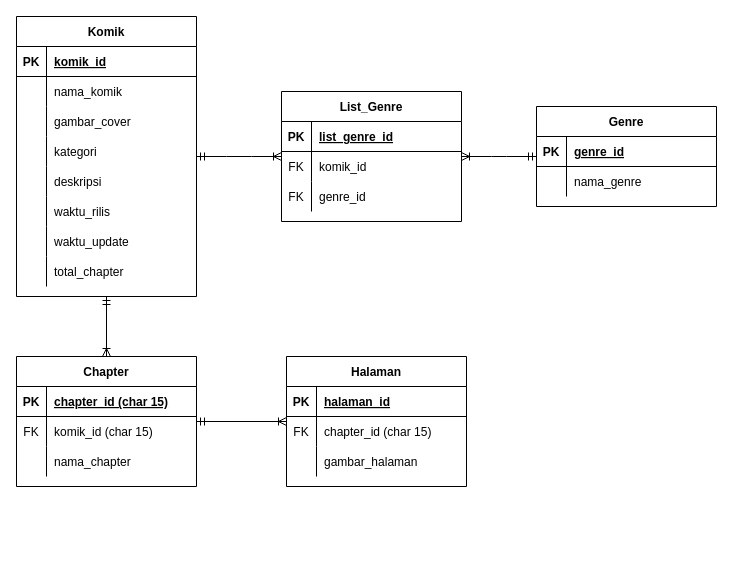
Aryanda04/web_komik keeps this draw.io diagram as page "Database" (2 of 2) of flow web.drawio. Above is the earlier version. Source tidied: cells renumbered, new cells numbered last; positions are measured from the earlier drawing's top-left corner, leaving out a move shared by most shapes. Both pictures are drawn from the tidied source at 100%, with x=0, y=0 at pixel (16, 16).
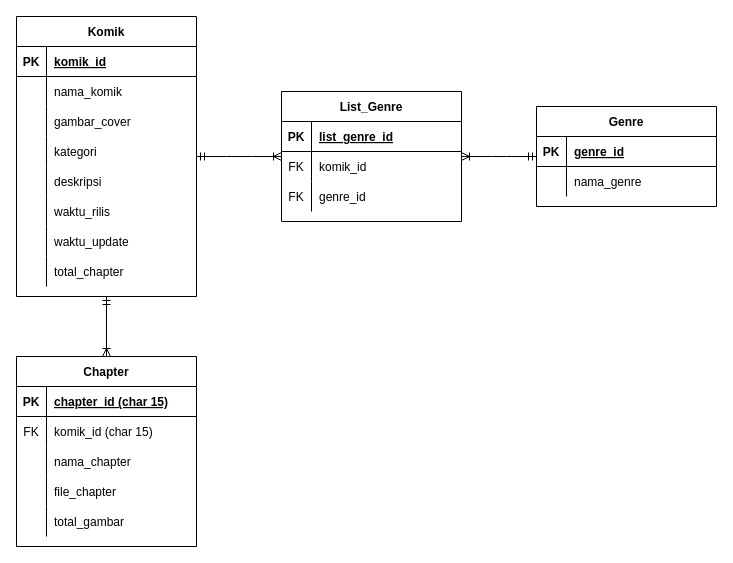
The same page after the edit.

Change to the diagram source:
```diff
@@
     <mxCell id="46" value="Chapter" style="shape=table;startSize=30;childLayout=tableLayout;rowLines=0;fontStyle=1;align=center;" parent="1" vertex="1">
-      <mxGeometry y="340" width="180" height="130" as="geometry" />
+      <mxGeometry y="340" width="180" height="190" as="geometry" />
     </mxCell>
@@
-    <mxCell id="56" value="Halaman" style="shape=table;startSize=30;childLayout=tableLayout;rowLines=0;fontStyle=1;align=center;" parent="1" vertex="1">
-      <mxGeometry x="270" y="340" width="180" height="130" as="geometry" />
-    </mxCell>
-    <mxCell id="57" style="shape=partialRectangle;fillColor=none;top=0;left=0;bottom=1;right=0;" parent="56" vertex="1">
-      <mxGeometry y="30" width="180" height="30" as="geometry" />
-    </mxCell>
-    <mxCell id="58" value="PK" style="shape=partialRectangle;fillColor=none;top=0;left=0;bottom=0;right=0;fontStyle=1;overflow=hidden;" parent="57" vertex="1">
-      <mxGeometry width="30" height="30" as="geometry" />
-    </mxCell>
-    <mxCell id="59" value="halaman_id" style="shape=partialRectangle;fillColor=none;top=0;left=0;bottom=0;right=0;align=left;spacingLeft=6;fontStyle=5;overflow=hidden;" parent="57" vertex="1">
-      <mxGeometry x="30" width="150" height="30" as="geometry" />
-    </mxCell>
-    <mxCell id="60" style="shape=partialRectangle;fillColor=none;top=0;left=0;bottom=0;right=0;" parent="56" vertex="1">
-      <mxGeometry y="60" width="180" height="30" as="geometry" />
-    </mxCell>
-    <mxCell id="61" value="FK" style="shape=partialRectangle;fillColor=none;top=0;left=0;bottom=0;right=0;overflow=hidden;" parent="60" vertex="1">
-      <mxGeometry width="30" height="30" as="geometry" />
-    </mxCell>
-    <mxCell id="62" value="chapter_id (char 15)" style="shape=partialRectangle;fillColor=none;top=0;left=0;bottom=0;right=0;align=left;spacingLeft=6;overflow=hidden;" parent="60" vertex="1">
-      <mxGeometry x="30" width="150" height="30" as="geometry" />
-    </mxCell>
-    <mxCell id="63" style="shape=partialRectangle;fillColor=none;top=0;left=0;bottom=0;right=0;" parent="56" vertex="1">
-      <mxGeometry y="90" width="180" height="30" as="geometry" />
-    </mxCell>
-    <mxCell id="64" style="shape=partialRectangle;fillColor=none;top=0;left=0;bottom=0;right=0;overflow=hidden;" parent="63" vertex="1">
-      <mxGeometry width="30" height="30" as="geometry" />
-    </mxCell>
-    <mxCell id="65" value="gambar_halaman" style="shape=partialRectangle;fillColor=none;top=0;left=0;bottom=0;right=0;align=left;spacingLeft=6;overflow=hidden;" parent="63" vertex="1">
-      <mxGeometry x="30" width="150" height="30" as="geometry" />
-    </mxCell>
+    <mxCell id="68" style="shape=partialRectangle;fillColor=none;top=0;left=0;bottom=0;right=0;" parent="46" vertex="1">
+      <mxGeometry y="120" width="180" height="30" as="geometry" />
+    </mxCell>
+    <mxCell id="69" style="shape=partialRectangle;fillColor=none;top=0;left=0;bottom=0;right=0;overflow=hidden;" parent="68" vertex="1">
+      <mxGeometry width="30" height="30" as="geometry" />
+    </mxCell>
+    <mxCell id="70" value="file_chapter" style="shape=partialRectangle;fillColor=none;top=0;left=0;bottom=0;right=0;align=left;spacingLeft=6;overflow=hidden;" parent="68" vertex="1">
+      <mxGeometry x="30" width="150" height="30" as="geometry" />
+    </mxCell>
+    <mxCell id="71" style="shape=partialRectangle;fillColor=none;top=0;left=0;bottom=0;right=0;" parent="46" vertex="1">
+      <mxGeometry y="150" width="180" height="30" as="geometry" />
+    </mxCell>
+    <mxCell id="72" style="shape=partialRectangle;fillColor=none;top=0;left=0;bottom=0;right=0;overflow=hidden;" parent="71" vertex="1">
+      <mxGeometry width="30" height="30" as="geometry" />
+    </mxCell>
+    <mxCell id="73" value="total_gambar" style="shape=partialRectangle;fillColor=none;top=0;left=0;bottom=0;right=0;align=left;spacingLeft=6;overflow=hidden;" parent="71" vertex="1">
+      <mxGeometry x="30" width="150" height="30" as="geometry" />
+    </mxCell>
@@
-    <mxCell id="67" style="edgeStyle=orthogonalEdgeStyle;fontSize=12;html=1;endArrow=ERoneToMany;startArrow=ERmandOne;rounded=0;" parent="1" edge="1" source="46" target="56">
-      <mxGeometry relative="1" as="geometry" />
-    </mxCell>
```
